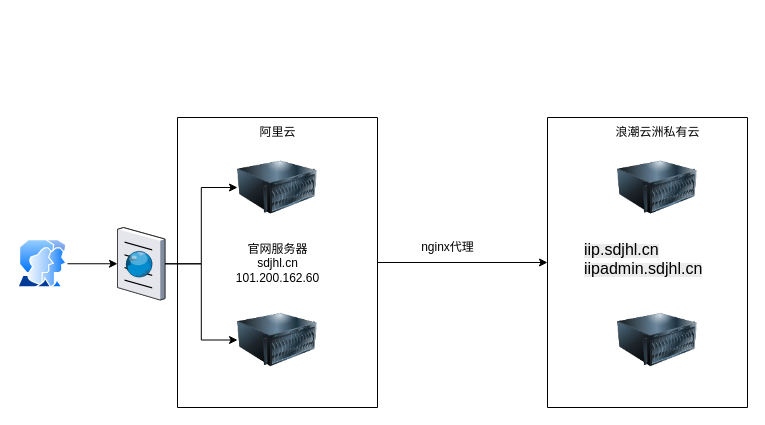
Above: 金恒力网络部署图.drawio in mushroomlb/drawioProject (draw.io), before the change. Source tidied: cells renumbered, new cells numbered last; positions are measured from the earlier drawing's top-left corner, leaving out a move shared by most shapes. Both pictures are drawn from the tidied source at 100%, with x=0, y=0 at pixel (17, 117).
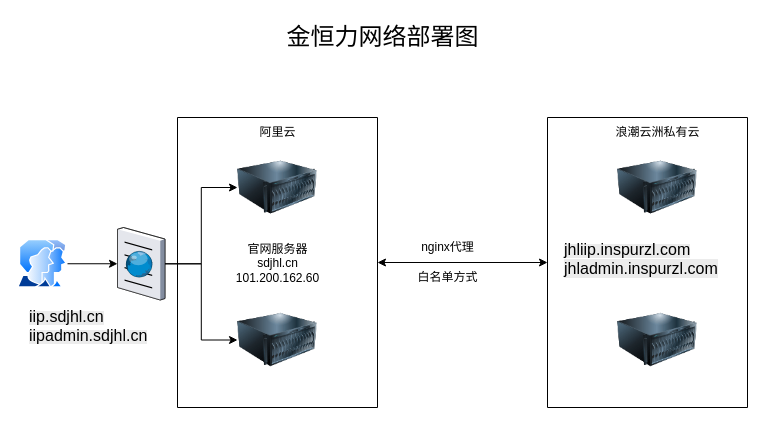
Above is the later version.

Commit message:
更新金恒力网络部署图.drawio

Unchanged cells that the change refers to:
```xml
<mxCell id="2" style="verticalLabelPosition=bottom;verticalAlign=top;html=1;shape=mxgraph.basic.rect;fillColor2=none;strokeWidth=1;size=20;indent=5;" parent="1" vertex="1">
  <mxGeometry x="530" width="200" height="290" as="geometry" />
</mxCell>
<mxCell id="4" style="verticalLabelPosition=bottom;verticalAlign=top;html=1;shape=mxgraph.basic.rect;fillColor2=none;strokeWidth=1;size=20;indent=5;" parent="1" vertex="1">
  <mxGeometry x="160" width="200" height="290" as="geometry" />
</mxCell>
```

The edit, as a diff of the source:
```diff
@@
-    <mxCell id="3" style="edgeStyle=orthogonalEdgeStyle;rounded=0;jettySize=auto;html=1;" parent="1" edge="1" source="4" target="2">
+    <mxCell id="3" style="rounded=0;jettySize=auto;html=1;strokeColor=default;startArrow=classic;startFill=1;" parent="1" edge="1" source="4" target="2">
       <mxGeometry relative="1" as="geometry" />
     </mxCell>
@@
     <mxCell id="16" value="&lt;span style=&quot;color: rgb(0, 0, 0); font-family: Helvetica; font-style: normal; font-variant-ligatures: normal; font-variant-caps: normal; font-weight: 400; letter-spacing: normal; orphans: 2; text-align: left; text-indent: 0px; text-transform: none; widows: 2; word-spacing: 0px; -webkit-text-stroke-width: 0px; white-space: normal; background-color: rgb(236, 236, 236); text-decoration-thickness: initial; text-decoration-style: initial; text-decoration-color: initial; float: none; display: inline !important;&quot;&gt;&lt;font style=&quot;font-size: 16px;&quot;&gt;iip.sdjhl.cn&lt;/font&gt;&lt;/span&gt;&lt;div&gt;&lt;span style=&quot;color: rgb(0, 0, 0); font-family: Helvetica; font-style: normal; font-variant-ligatures: normal; font-variant-caps: normal; font-weight: 400; letter-spacing: normal; orphans: 2; text-align: left; text-indent: 0px; text-transform: none; widows: 2; word-spacing: 0px; -webkit-text-stroke-width: 0px; white-space: normal; background-color: rgb(236, 236, 236); text-decoration-thickness: initial; text-decoration-style: initial; text-decoration-color: initial; float: none; display: inline !important;&quot;&gt;&lt;font style=&quot;font-size: 16px;&quot;&gt;iipadmin.sdjhl.cn&lt;/font&gt;&lt;/span&gt;&lt;/div&gt;" style="text;whiteSpace=wrap;html=1;" parent="1" vertex="1">
-      <mxGeometry x="565" y="116.2" width="150" height="50" as="geometry" />
+      <mxGeometry x="10" y="182.5" width="150" height="50" as="geometry" />
     </mxCell>
@@
+    <mxCell id="19" value="&lt;font style=&quot;font-size: 24px;&quot;&gt;金恒力网络部署图&lt;/font&gt;" style="text;html=1;align=center;verticalAlign=middle;strokeColor=none;fillColor=none;rounded=0;" parent="1" vertex="1">
+      <mxGeometry x="255" y="-100" width="220" height="40" as="geometry" />
+    </mxCell>
+    <mxCell id="20" value="&lt;div&gt;白名单方式&lt;/div&gt;" style="text;html=1;align=center;verticalAlign=middle;strokeColor=none;fillColor=none;" parent="1" vertex="1">
+      <mxGeometry x="390" y="145" width="80" height="30" as="geometry" />
+    </mxCell>
+    <mxCell id="21" value="&lt;span style=&quot;forced-color-adjust: none; color: rgb(0, 0, 0); font-family: Helvetica; font-size: 12px; font-style: normal; font-variant-ligatures: normal; font-variant-caps: normal; font-weight: 400; letter-spacing: normal; orphans: 2; text-align: left; text-indent: 0px; text-transform: none; widows: 2; word-spacing: 0px; -webkit-text-stroke-width: 0px; white-space: normal; text-decoration-thickness: initial; text-decoration-style: initial; text-decoration-color: initial; background-color: rgb(236, 236, 236); float: none; display: inline !important;&quot;&gt;&lt;font style=&quot;forced-color-adjust: none; font-size: 16px;&quot;&gt;jhliip.inspurzl.com&lt;/font&gt;&lt;/span&gt;&lt;div style=&quot;forced-color-adjust: none; color: rgb(0, 0, 0); font-family: Helvetica; font-size: 12px; font-style: normal; font-variant-ligatures: normal; font-variant-caps: normal; font-weight: 400; letter-spacing: normal; orphans: 2; text-align: left; text-indent: 0px; text-transform: none; widows: 2; word-spacing: 0px; -webkit-text-stroke-width: 0px; white-space: normal; background-color: rgb(236, 236, 236); text-decoration-thickness: initial; text-decoration-style: initial; text-decoration-color: initial;&quot;&gt;&lt;span style=&quot;forced-color-adjust: none; color: rgb(0, 0, 0); font-family: Helvetica; font-style: normal; font-variant-ligatures: normal; font-variant-caps: normal; font-weight: 400; letter-spacing: normal; orphans: 2; text-align: left; text-indent: 0px; text-transform: none; widows: 2; word-spacing: 0px; -webkit-text-stroke-width: 0px; white-space: normal; background-color: rgb(236, 236, 236); text-decoration-thickness: initial; text-decoration-style: initial; text-decoration-color: initial; float: none; display: inline !important;&quot;&gt;&lt;font style=&quot;forced-color-adjust: none; font-size: 16px;&quot;&gt;jhladmin.inspurzl.com&lt;/font&gt;&lt;/span&gt;&lt;/div&gt;" style="text;whiteSpace=wrap;html=1;" parent="1" vertex="1">
+      <mxGeometry x="545" y="116.2" width="150" height="60" as="geometry" />
+    </mxCell>
```
